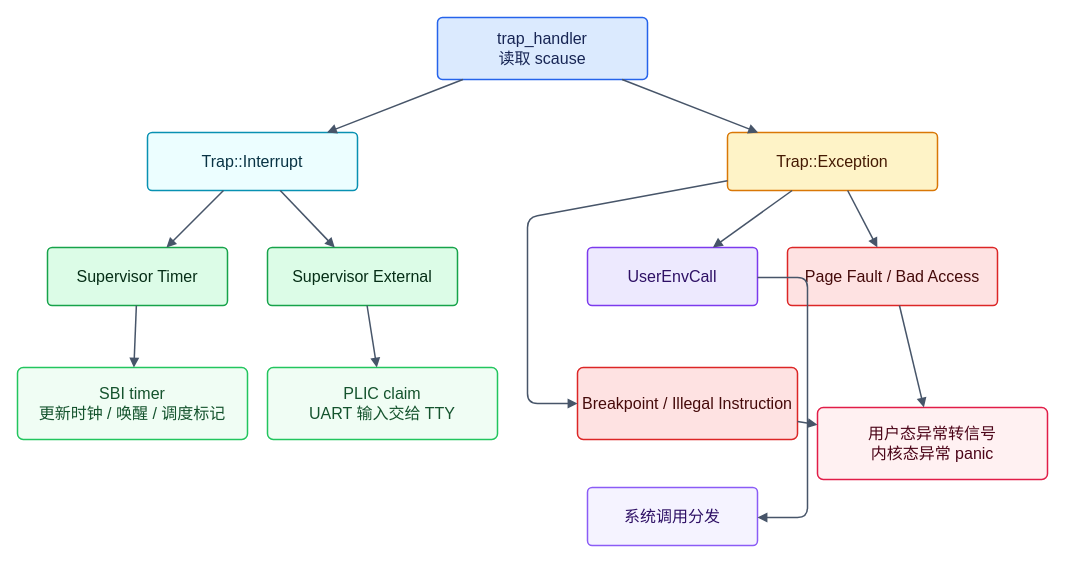
The draw.io diagram figures/trap-dispatch.drawio in greatbridf/Thesis, before the edit. Source tidied: cells renumbered, new cells numbered last; positions are measured from the earlier drawing's top-left corner, leaving out a move shared by most shapes. Both pictures are drawn from the tidied source at 100%, with x=0, y=0 at pixel (17, 17).
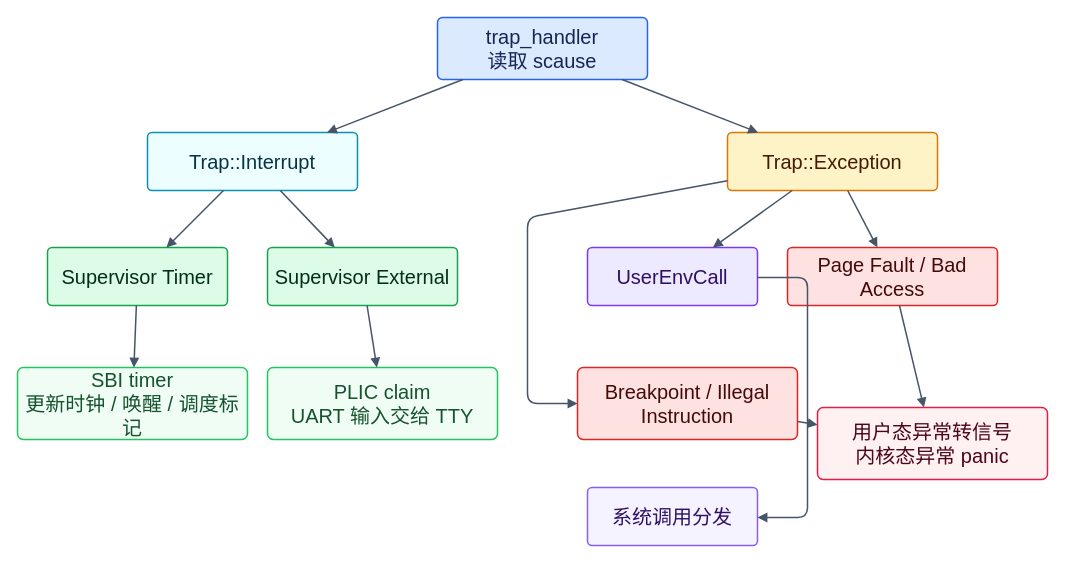
After the change.

Change to the diagram source:
```diff
@@
-    <mxCell id="2" value="trap_handler&lt;br&gt;读取 scause" style="rounded=1;whiteSpace=wrap;html=1;fillColor=#dbeafe;strokeColor=#2563eb;fontColor=#172554;arcSize=8;strokeWidth=1.5;fontSize=16;" parent="1" vertex="1">
+    <mxCell id="2" value="trap_handler&lt;br&gt;读取 scause" style="rounded=1;whiteSpace=wrap;html=1;fillColor=#dbeafe;strokeColor=#2563eb;fontColor=#172554;arcSize=8;strokeWidth=1.5;fontSize=20;" parent="1" vertex="1">
       <mxGeometry x="420" width="210" height="62" as="geometry" />
     </mxCell>
-    <mxCell id="3" value="Trap::Interrupt" style="rounded=1;whiteSpace=wrap;html=1;fillColor=#ecfeff;strokeColor=#0891b2;fontColor=#083344;arcSize=8;strokeWidth=1.5;fontSize=16;" parent="1" vertex="1">
+    <mxCell id="3" value="Trap::Interrupt" style="rounded=1;whiteSpace=wrap;html=1;fillColor=#ecfeff;strokeColor=#0891b2;fontColor=#083344;arcSize=8;strokeWidth=1.5;fontSize=20;" parent="1" vertex="1">
       <mxGeometry x="130" y="115" width="210" height="58" as="geometry" />
     </mxCell>
-    <mxCell id="4" value="Trap::Exception" style="rounded=1;whiteSpace=wrap;html=1;fillColor=#fef3c7;strokeColor=#d97706;fontColor=#451a03;arcSize=8;strokeWidth=1.5;fontSize=16;" parent="1" vertex="1">
+    <mxCell id="4" value="Trap::Exception" style="rounded=1;whiteSpace=wrap;html=1;fillColor=#fef3c7;strokeColor=#d97706;fontColor=#451a03;arcSize=8;strokeWidth=1.5;fontSize=20;" parent="1" vertex="1">
       <mxGeometry x="710" y="115" width="210" height="58" as="geometry" />
     </mxCell>
-    <mxCell id="5" value="Supervisor Timer" style="rounded=1;whiteSpace=wrap;html=1;fillColor=#dcfce7;strokeColor=#16a34a;fontColor=#052e16;arcSize=8;strokeWidth=1.5;fontSize=16;" parent="1" vertex="1">
+    <mxCell id="5" value="Supervisor Timer" style="rounded=1;whiteSpace=wrap;html=1;fillColor=#dcfce7;strokeColor=#16a34a;fontColor=#052e16;arcSize=8;strokeWidth=1.5;fontSize=20;" parent="1" vertex="1">
       <mxGeometry x="30" y="230" width="180" height="58" as="geometry" />
     </mxCell>
-    <mxCell id="6" value="Supervisor External" style="rounded=1;whiteSpace=wrap;html=1;fillColor=#dcfce7;strokeColor=#16a34a;fontColor=#052e16;arcSize=8;strokeWidth=1.5;fontSize=16;" parent="1" vertex="1">
+    <mxCell id="6" value="Supervisor External" style="rounded=1;whiteSpace=wrap;html=1;fillColor=#dcfce7;strokeColor=#16a34a;fontColor=#052e16;arcSize=8;strokeWidth=1.5;fontSize=20;" parent="1" vertex="1">
       <mxGeometry x="250" y="230" width="190" height="58" as="geometry" />
     </mxCell>
-    <mxCell id="7" value="SBI timer&lt;br&gt;更新时钟 / 唤醒 / 调度标记" style="rounded=1;whiteSpace=wrap;html=1;fillColor=#f0fdf4;strokeColor=#22c55e;fontColor=#14532d;arcSize=8;strokeWidth=1.5;fontSize=16;" parent="1" vertex="1">
+    <mxCell id="7" value="SBI timer&lt;br&gt;更新时钟 / 唤醒 / 调度标记" style="rounded=1;whiteSpace=wrap;html=1;fillColor=#f0fdf4;strokeColor=#22c55e;fontColor=#14532d;arcSize=8;strokeWidth=1.5;fontSize=20;" parent="1" vertex="1">
       <mxGeometry y="350" width="230" height="72" as="geometry" />
     </mxCell>
-    <mxCell id="8" value="PLIC claim&lt;br&gt;UART 输入交给 TTY" style="rounded=1;whiteSpace=wrap;html=1;fillColor=#f0fdf4;strokeColor=#22c55e;fontColor=#14532d;arcSize=8;strokeWidth=1.5;fontSize=16;" parent="1" vertex="1">
+    <mxCell id="8" value="PLIC claim&lt;br&gt;UART 输入交给 TTY" style="rounded=1;whiteSpace=wrap;html=1;fillColor=#f0fdf4;strokeColor=#22c55e;fontColor=#14532d;arcSize=8;strokeWidth=1.5;fontSize=20;" parent="1" vertex="1">
       <mxGeometry x="250" y="350" width="230" height="72" as="geometry" />
     </mxCell>
-    <mxCell id="9" value="UserEnvCall" style="rounded=1;whiteSpace=wrap;html=1;fillColor=#ede9fe;strokeColor=#7c3aed;fontColor=#2e1065;arcSize=8;strokeWidth=1.5;fontSize=16;" parent="1" vertex="1">
+    <mxCell id="9" value="UserEnvCall" style="rounded=1;whiteSpace=wrap;html=1;fillColor=#ede9fe;strokeColor=#7c3aed;fontColor=#2e1065;arcSize=8;strokeWidth=1.5;fontSize=20;" parent="1" vertex="1">
       <mxGeometry x="570" y="230" width="170" height="58" as="geometry" />
     </mxCell>
-    <mxCell id="10" value="Page Fault / Bad Access" style="rounded=1;whiteSpace=wrap;html=1;fillColor=#fee2e2;strokeColor=#dc2626;fontColor=#450a0a;arcSize=8;strokeWidth=1.5;fontSize=16;" parent="1" vertex="1">
+    <mxCell id="10" value="Page Fault / Bad Access" style="rounded=1;whiteSpace=wrap;html=1;fillColor=#fee2e2;strokeColor=#dc2626;fontColor=#450a0a;arcSize=8;strokeWidth=1.5;fontSize=20;" parent="1" vertex="1">
       <mxGeometry x="770" y="230" width="210" height="58" as="geometry" />
     </mxCell>
-    <mxCell id="11" value="Breakpoint / Illegal Instruction" style="rounded=1;whiteSpace=wrap;html=1;fillColor=#fee2e2;strokeColor=#dc2626;fontColor=#450a0a;arcSize=8;strokeWidth=1.5;fontSize=16;" parent="1" vertex="1">
+    <mxCell id="11" value="Breakpoint / Illegal Instruction" style="rounded=1;whiteSpace=wrap;html=1;fillColor=#fee2e2;strokeColor=#dc2626;fontColor=#450a0a;arcSize=8;strokeWidth=1.5;fontSize=20;" parent="1" vertex="1">
       <mxGeometry x="560" y="350" width="220" height="72" as="geometry" />
     </mxCell>
-    <mxCell id="12" value="系统调用分发" style="rounded=1;whiteSpace=wrap;html=1;fillColor=#f5f3ff;strokeColor=#8b5cf6;fontColor=#2e1065;arcSize=8;strokeWidth=1.5;fontSize=16;" parent="1" vertex="1">
+    <mxCell id="12" value="系统调用分发" style="rounded=1;whiteSpace=wrap;html=1;fillColor=#f5f3ff;strokeColor=#8b5cf6;fontColor=#2e1065;arcSize=8;strokeWidth=1.5;fontSize=20;" parent="1" vertex="1">
       <mxGeometry x="570" y="470" width="170" height="58" as="geometry" />
     </mxCell>
-    <mxCell id="13" value="用户态异常转信号&lt;br&gt;内核态异常 panic" style="rounded=1;whiteSpace=wrap;html=1;fillColor=#fff1f2;strokeColor=#e11d48;fontColor=#4c0519;arcSize=8;strokeWidth=1.5;fontSize=16;" parent="1" vertex="1">
+    <mxCell id="13" value="用户态异常转信号&lt;br&gt;内核态异常 panic" style="rounded=1;whiteSpace=wrap;html=1;fillColor=#fff1f2;strokeColor=#e11d48;fontColor=#4c0519;arcSize=8;strokeWidth=1.5;fontSize=20;" parent="1" vertex="1">
       <mxGeometry x="800" y="390" width="230" height="72" as="geometry" />
     </mxCell>
```
